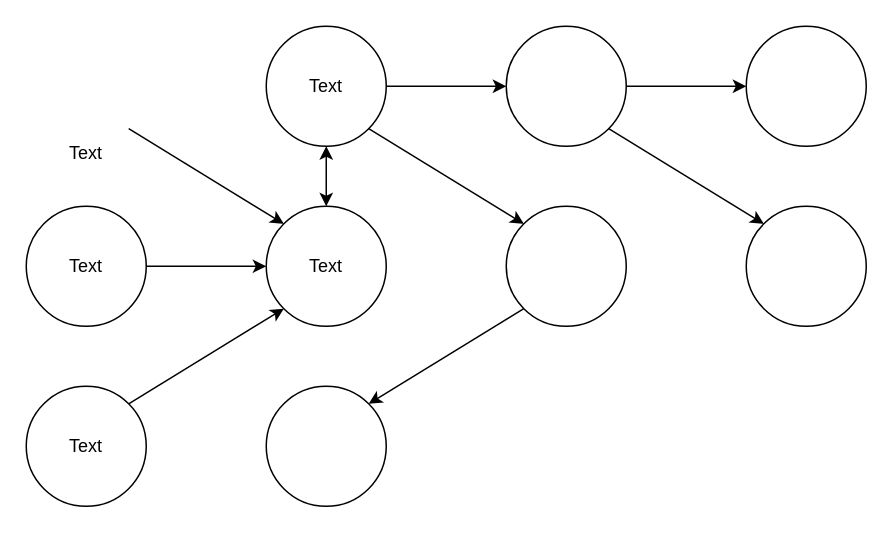
The draw.io diagram diagramms/firm_diagram.drawio in ArtemNik997/firm_db, before the edit. Source tidied: cells renumbered, new cells numbered last; positions are measured from the earlier drawing's top-left corner, leaving out a move shared by most shapes. Both pictures are drawn from the tidied source at 150%, with x=0, y=0 at pixel (26, 26).
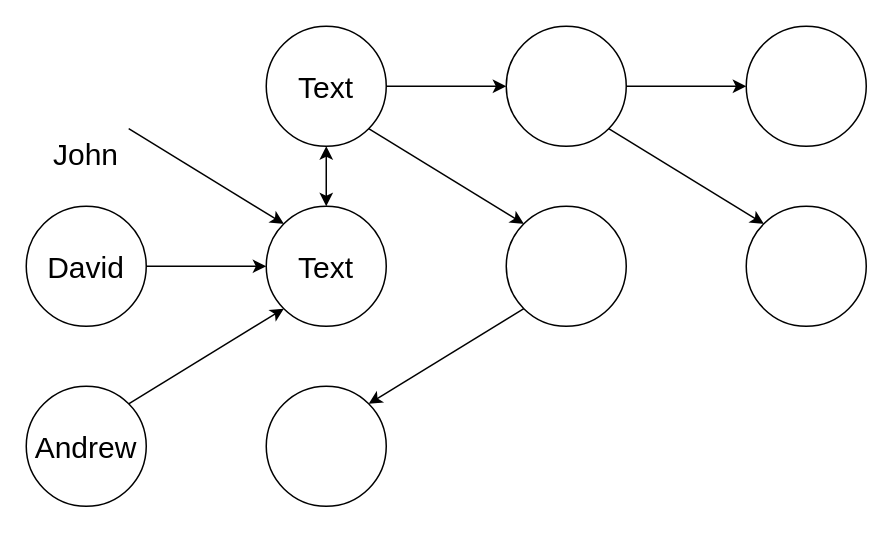
After the change.

The edit, as a diff of the source:
```diff
@@
-    <mxCell id="20" value="Text" style="text;html=1;align=center;verticalAlign=middle;whiteSpace=wrap;rounded=0;" parent="1" vertex="1">
+    <mxCell id="20" value="&lt;div style=&quot;font-size: 20px;&quot;&gt;John&lt;/div&gt;" style="text;html=1;align=center;verticalAlign=middle;whiteSpace=wrap;rounded=0;fontSize=20;" parent="1" vertex="1">
       <mxGeometry x="10" y="70" width="60" height="30" as="geometry" />
     </mxCell>
-    <mxCell id="21" value="Text" style="text;html=1;align=center;verticalAlign=middle;whiteSpace=wrap;rounded=0;" parent="1" vertex="1">
+    <mxCell id="21" value="David" style="text;html=1;align=center;verticalAlign=middle;whiteSpace=wrap;rounded=0;fontSize=20;" parent="1" vertex="1">
       <mxGeometry x="10" y="145" width="60" height="30" as="geometry" />
     </mxCell>
-    <mxCell id="22" value="Text" style="text;html=1;align=center;verticalAlign=middle;whiteSpace=wrap;rounded=0;" parent="1" vertex="1">
+    <mxCell id="22" value="Text" style="text;html=1;align=center;verticalAlign=middle;whiteSpace=wrap;rounded=0;fontSize=20;" parent="1" vertex="1">
       <mxGeometry x="170" y="25" width="60" height="30" as="geometry" />
     </mxCell>
-    <mxCell id="23" value="Text" style="text;html=1;align=center;verticalAlign=middle;whiteSpace=wrap;rounded=0;" parent="1" vertex="1">
+    <mxCell id="23" value="&lt;div style=&quot;font-size: 20px;&quot;&gt;Andrew&lt;/div&gt;" style="text;html=1;align=center;verticalAlign=middle;whiteSpace=wrap;rounded=0;fontSize=20;" parent="1" vertex="1">
       <mxGeometry x="10" y="265" width="60" height="30" as="geometry" />
     </mxCell>
-    <mxCell id="24" value="Text" style="text;html=1;align=center;verticalAlign=middle;whiteSpace=wrap;rounded=0;" parent="1" vertex="1">
+    <mxCell id="24" value="Text" style="text;html=1;align=center;verticalAlign=middle;whiteSpace=wrap;rounded=0;fontSize=20;" parent="1" vertex="1">
       <mxGeometry x="170" y="145" width="60" height="30" as="geometry" />
     </mxCell>
```
